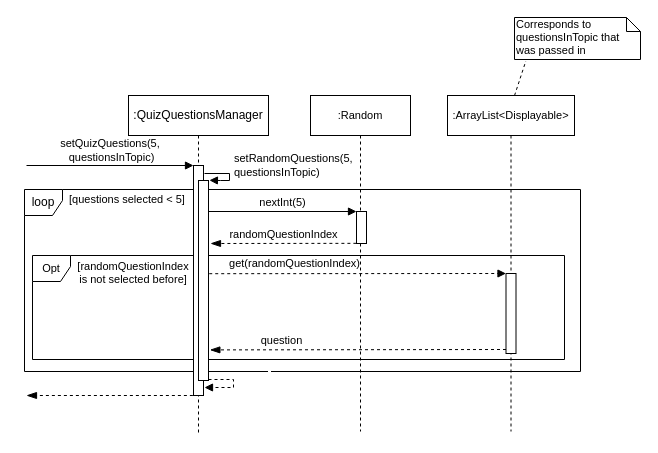
This is docs/diagrams/QuizQuestionsManager_setQuizQuestions.drawio from nus-cs2113-AY2021S1/tp, a draw.io file, before an edit. Source tidied: cells renumbered, new cells numbered last; positions are measured from the earlier drawing's top-left corner, leaving out a move shared by most shapes. Both pictures are drawn from the tidied source at 100%, with x=0, y=0 at pixel (24, 17).
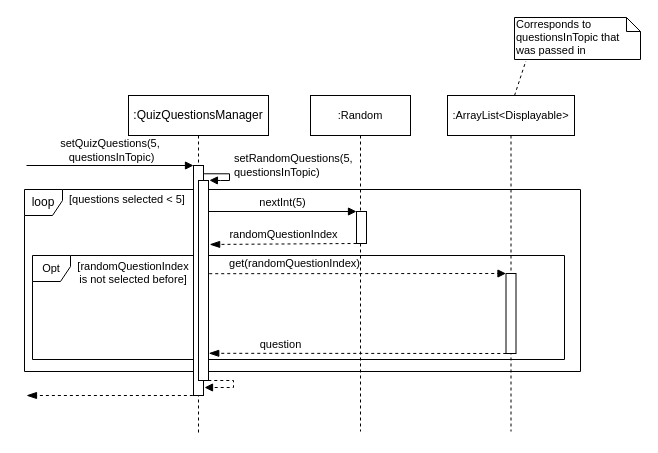
The same page after the edit.

The change refers to these unchanged cells:
```xml
<mxCell id="3" value="loop" style="shape=umlFrame;whiteSpace=wrap;html=1;width=38;height=26;" parent="1" vertex="1">
  <mxGeometry y="172" width="556" height="182" as="geometry" />
</mxCell>
<mxCell id="5" style="html=1;points=[];perimeter=orthogonalPerimeter;fontSize=11;" parent="4" vertex="1">
  <mxGeometry x="46" y="116" width="10" height="32" as="geometry" />
</mxCell>
<mxCell id="12" style="html=1;points=[];perimeter=orthogonalPerimeter;fontSize=11;" parent="11" vertex="1">
  <mxGeometry x="58.5" y="178" width="10" height="80" as="geometry" />
</mxCell>
<mxCell id="14" value=":QuizQuestionsManager" style="shape=umlLifeline;perimeter=lifelinePerimeter;whiteSpace=wrap;html=1;" parent="1" vertex="1">
  <mxGeometry x="104" y="78" width="140" height="340" as="geometry" />
</mxCell>
<mxCell id="15" style="html=1;points=[];perimeter=orthogonalPerimeter;" parent="14" vertex="1">
  <mxGeometry x="65" y="70" width="10" height="230" as="geometry" />
</mxCell>
<mxCell id="19" style="html=1;points=[];perimeter=orthogonalPerimeter;" parent="14" vertex="1">
  <mxGeometry x="70" y="85" width="10" height="200" as="geometry" />
</mxCell>
```

What changed in the source:
```diff
@@
-    <mxCell id="7" value="randomQuestionIndex" style="html=1;verticalAlign=bottom;endArrow=blockThin;dashed=1;endSize=8;exitX=-0.01;exitY=0.995;fontSize=11;exitDx=0;exitDy=0;exitPerimeter=0;endFill=1;" parent="1" edge="1" source="5">
+    <mxCell id="7" value="randomQuestionIndex" style="html=1;verticalAlign=bottom;endArrow=blockThin;dashed=1;endSize=8;fontSize=11;endFill=1;entryX=0.333;entryY=0.302;entryDx=0;entryDy=0;entryPerimeter=0;" parent="1" edge="1" target="3">
       <mxGeometry relative="1" as="geometry">
-        <mxPoint x="186" y="226" as="targetPoint" />
+        <mxPoint x="332" y="226" as="sourcePoint" />
       </mxGeometry>
     </mxCell>
@@
-    <mxCell id="10" value="question" style="html=1;verticalAlign=bottom;endArrow=blockThin;dashed=1;endSize=8;exitX=0;exitY=0.95;entryX=1.138;entryY=0.847;entryDx=0;entryDy=0;entryPerimeter=0;endFill=1;" parent="1" edge="1" source="12" target="19">
+    <mxCell id="10" value="question" style="html=1;verticalAlign=bottom;endArrow=blockThin;dashed=1;endSize=8;endFill=1;exitX=0.027;exitY=1;exitDx=0;exitDy=0;exitPerimeter=0;entryX=1.025;entryY=0.864;entryDx=0;entryDy=0;entryPerimeter=0;" parent="1" edge="1" source="12" target="19">
       <mxGeometry x="0.52" relative="1" as="geometry" />
     </mxCell>
@@
+    <mxCell id="22" value="setRandomQuestions(5, &lt;br&gt;questionsInTopic)" style="edgeStyle=orthogonalEdgeStyle;html=1;align=left;spacingLeft=2;endArrow=block;rounded=0;entryX=1.09;entryY=-0.001;entryDx=0;entryDy=0;entryPerimeter=0;exitX=1.059;exitY=0.036;exitDx=0;exitDy=0;exitPerimeter=0;" parent="14" edge="1" source="15" target="19">
+      <mxGeometry x="-0.04" y="8" relative="1" as="geometry">
+        <Array as="points">
+          <mxPoint x="101" y="78" />
+          <mxPoint x="101" y="85" />
+          <mxPoint x="92" y="85" />
+        </Array>
+        <mxPoint x="-7" y="-8" as="offset" />
+      </mxGeometry>
+    </mxCell>
@@
-    <mxCell id="22" value="setRandomQuestions(5, &lt;br&gt;questionsInTopic)" style="edgeStyle=orthogonalEdgeStyle;html=1;align=left;spacingLeft=2;endArrow=block;rounded=0;entryX=1.09;entryY=-0.001;entryDx=0;entryDy=0;entryPerimeter=0;" parent="1" edge="1" target="19">
-      <mxGeometry x="-0.04" y="8" relative="1" as="geometry">
-        <mxPoint x="180" y="156" as="sourcePoint" />
-        <Array as="points">
-          <mxPoint x="205" y="156" />
-          <mxPoint x="205" y="163" />
-          <mxPoint x="196" y="163" />
-        </Array>
-        <mxPoint x="-7" y="-8" as="offset" />
-      </mxGeometry>
-    </mxCell>
-    <mxCell id="23" value="&amp;nbsp;&lt;br&gt;" style="edgeStyle=orthogonalEdgeStyle;html=1;align=left;spacingLeft=2;endArrow=block;rounded=0;dashed=1;" parent="1" edge="1">
-      <mxGeometry x="-0.19" y="31" relative="1" as="geometry">
-        <mxPoint x="184" y="362" as="sourcePoint" />
+    <mxCell id="23" value="&amp;nbsp;&lt;br&gt;" style="edgeStyle=orthogonalEdgeStyle;html=1;align=left;spacingLeft=2;endArrow=block;rounded=0;dashed=1;exitX=0.979;exitY=1;exitDx=0;exitDy=0;exitPerimeter=0;" parent="1" edge="1" source="19">
+      <mxGeometry x="0.06" y="32" relative="1" as="geometry">
         <mxPoint x="180" y="370" as="targetPoint" />
         <Array as="points">
-          <mxPoint x="209" y="362" />
+          <mxPoint x="209" y="363" />
           <mxPoint x="209" y="370" />
         </Array>
-        <mxPoint y="-4" as="offset" />
+        <mxPoint x="31" y="-24" as="offset" />
       </mxGeometry>
     </mxCell>
```
